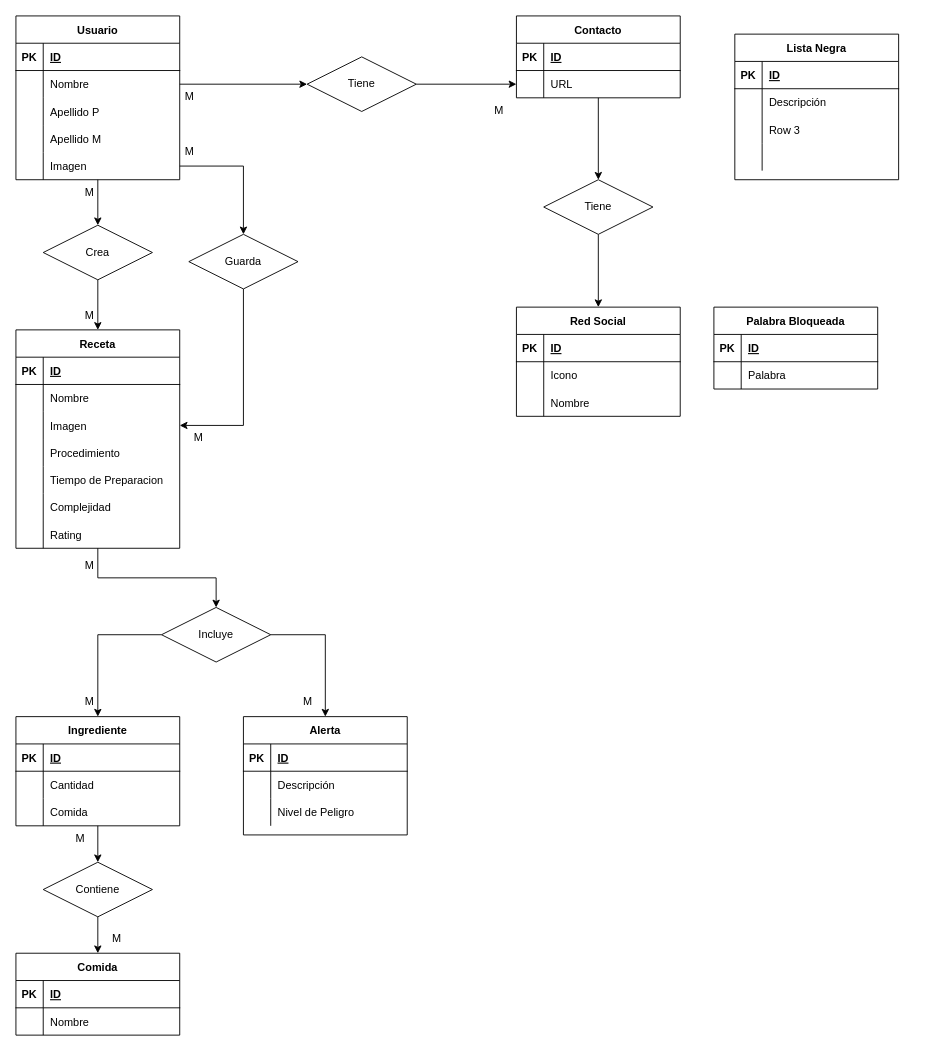
Before: SQL/DiagramaER.drawio in RafalaGarrafa/SAITO, a draw.io diagram. Source tidied: cells renumbered, new cells numbered last; positions are measured from the earlier drawing's top-left corner, leaving out a move shared by most shapes. Both pictures are drawn from the tidied source at 91%, with x=0, y=0 at pixel (15, 15).
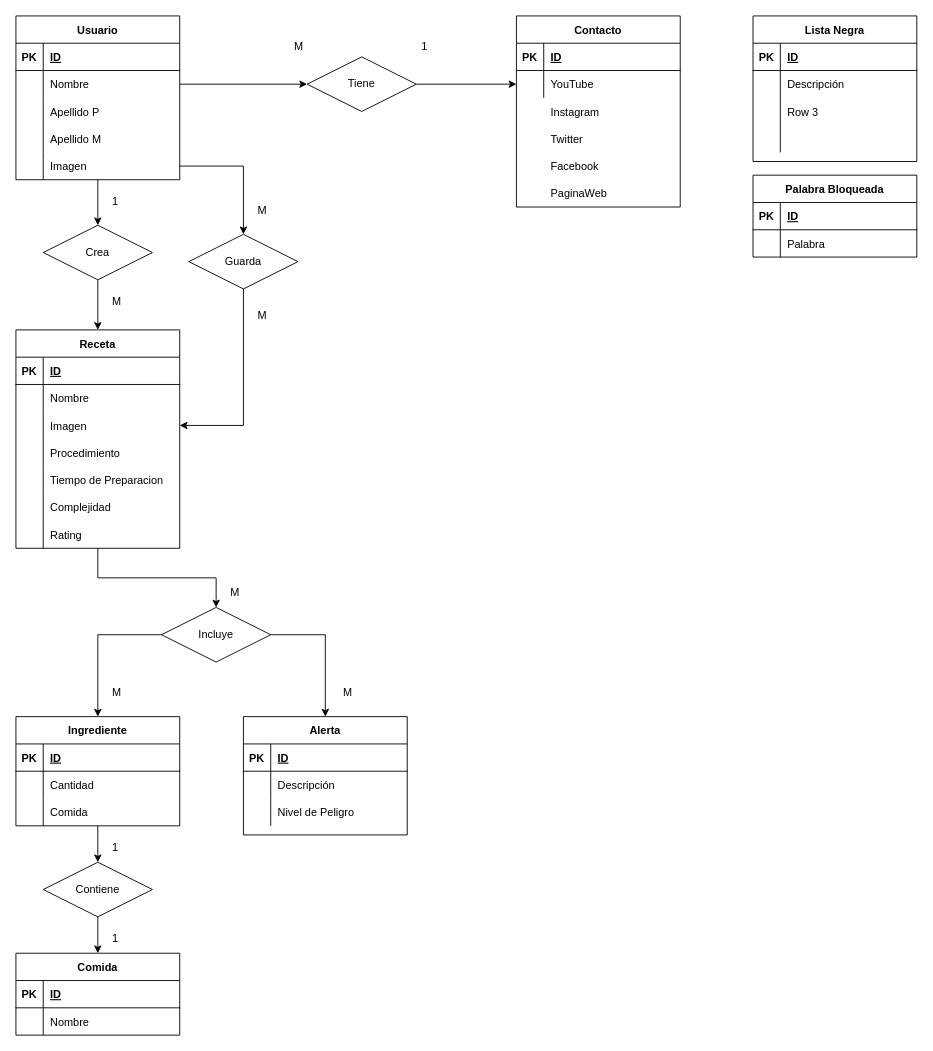
Above is the later version.

The change refers to these unchanged cells:
```xml
<mxCell id="129" style="shape=partialRectangle;fillColor=none;top=0;left=0;bottom=0;right=0;points=[[0,0.5],[1,0.5]];portConstraint=eastwest;" parent="125" vertex="1">
  <mxGeometry y="60" width="180" height="30" as="geometry" />
</mxCell>
```

The edit, as a diff of the source:
```diff
@@
     <mxCell id="53" value="Lista Negra" style="shape=table;startSize=30;childLayout=tableLayout;rowLines=0;fontStyle=1;align=center;" parent="1" vertex="1">
-      <mxGeometry x="790" y="20" width="180" height="160" as="geometry" />
+      <mxGeometry x="810" width="180" height="160" as="geometry" />
     </mxCell>
@@
-    <mxCell id="66" value="Red Social" style="shape=table;startSize=30;childLayout=tableLayout;rowLines=0;fontStyle=1;align=center;" parent="1" vertex="1">
-      <mxGeometry x="550" y="320" width="180" height="120" as="geometry" />
-    </mxCell>
-    <mxCell id="67" style="shape=partialRectangle;fillColor=none;top=0;left=0;bottom=1;right=0;" parent="66" vertex="1">
-      <mxGeometry y="30" width="180" height="30" as="geometry" />
-    </mxCell>
-    <mxCell id="68" value="PK" style="shape=partialRectangle;fillColor=none;top=0;left=0;bottom=0;right=0;fontStyle=1;overflow=hidden;" parent="67" vertex="1">
-      <mxGeometry width="30" height="30" as="geometry" />
-    </mxCell>
-    <mxCell id="69" value="ID" style="shape=partialRectangle;fillColor=none;top=0;left=0;bottom=0;right=0;align=left;spacingLeft=6;fontStyle=5;overflow=hidden;" parent="67" vertex="1">
-      <mxGeometry x="30" width="150" height="30" as="geometry" />
-    </mxCell>
-    <mxCell id="70" style="shape=partialRectangle;fillColor=none;top=0;left=0;bottom=0;right=0;" parent="66" vertex="1">
-      <mxGeometry y="60" width="180" height="30" as="geometry" />
-    </mxCell>
-    <mxCell id="71" style="shape=partialRectangle;fillColor=none;top=0;left=0;bottom=0;right=0;overflow=hidden;" parent="70" vertex="1">
-      <mxGeometry width="30" height="30" as="geometry" />
-    </mxCell>
-    <mxCell id="72" value="Icono" style="shape=partialRectangle;fillColor=none;top=0;left=0;bottom=0;right=0;align=left;spacingLeft=6;overflow=hidden;" parent="70" vertex="1">
-      <mxGeometry x="30" width="150" height="30" as="geometry" />
-    </mxCell>
-    <mxCell id="73" style="shape=partialRectangle;fillColor=none;top=0;left=0;bottom=0;right=0;" parent="66" vertex="1">
-      <mxGeometry y="90" width="180" height="30" as="geometry" />
-    </mxCell>
-    <mxCell id="74" style="shape=partialRectangle;fillColor=none;top=0;left=0;bottom=0;right=0;overflow=hidden;" parent="73" vertex="1">
-      <mxGeometry width="30" height="30" as="geometry" />
-    </mxCell>
-    <mxCell id="75" value="Nombre" style="shape=partialRectangle;fillColor=none;top=0;left=0;bottom=0;right=0;align=left;spacingLeft=6;overflow=hidden;" parent="73" vertex="1">
-      <mxGeometry x="30" width="150" height="30" as="geometry" />
-    </mxCell>
@@
     <mxCell id="93" value="Palabra Bloqueada" style="shape=table;startSize=30;childLayout=tableLayout;rowLines=0;fontStyle=1;align=center;" parent="1" vertex="1">
-      <mxGeometry x="767" y="320" width="180" height="90" as="geometry" />
+      <mxGeometry x="810" y="175" width="180" height="90" as="geometry" />
     </mxCell>
@@
     <mxCell id="113" value="M" style="text;strokeColor=none;fillColor=none;spacingLeft=4;spacingRight=4;overflow=hidden;fontSize=12;" parent="1" vertex="1">
-      <mxGeometry x="70" y="315" width="20" height="30" as="geometry" />
+      <mxGeometry x="100" y="300" width="20" height="30" as="geometry" />
     </mxCell>
-    <mxCell id="114" value="M" style="text;strokeColor=none;fillColor=none;spacingLeft=4;spacingRight=4;overflow=hidden;fontSize=12;" parent="1" vertex="1">
-      <mxGeometry x="70" y="180" width="20" height="30" as="geometry" />
+    <mxCell id="114" value="1" style="text;strokeColor=none;fillColor=none;spacingLeft=4;spacingRight=4;overflow=hidden;fontSize=12;" parent="1" vertex="1">
+      <mxGeometry x="100" y="190" width="20" height="30" as="geometry" />
     </mxCell>
     <mxCell id="115" value="M" style="text;strokeColor=none;fillColor=none;spacingLeft=4;spacingRight=4;overflow=hidden;fontSize=12;" parent="1" vertex="1">
-      <mxGeometry x="190" y="450" width="20" height="30" as="geometry" />
+      <mxGeometry x="260" y="315" width="20" height="30" as="geometry" />
     </mxCell>
     <mxCell id="116" value="M" style="text;strokeColor=none;fillColor=none;spacingLeft=4;spacingRight=4;overflow=hidden;fontSize=12;" parent="1" vertex="1">
-      <mxGeometry x="180" y="135" width="20" height="30" as="geometry" />
+      <mxGeometry x="260" y="200" width="20" height="30" as="geometry" />
     </mxCell>
     <mxCell id="117" value="M" style="text;strokeColor=none;fillColor=none;spacingLeft=4;spacingRight=4;overflow=hidden;fontSize=12;" parent="1" vertex="1">
-      <mxGeometry x="180" y="75" width="20" height="30" as="geometry" />
+      <mxGeometry x="300" y="20" width="20" height="30" as="geometry" />
     </mxCell>
-    <mxCell id="118" value="M" style="text;strokeColor=none;fillColor=none;spacingLeft=4;spacingRight=4;overflow=hidden;fontSize=12;" parent="1" vertex="1">
-      <mxGeometry x="520" y="90" width="20" height="30" as="geometry" />
+    <mxCell id="118" value="1" style="text;strokeColor=none;fillColor=none;spacingLeft=4;spacingRight=4;overflow=hidden;fontSize=12;" parent="1" vertex="1">
+      <mxGeometry x="440" y="20" width="20" height="30" as="geometry" />
     </mxCell>
     <mxCell id="119" value="M" style="text;strokeColor=none;fillColor=none;spacingLeft=4;spacingRight=4;overflow=hidden;fontSize=12;" parent="1" vertex="1">
-      <mxGeometry x="70" y="740" width="20" height="30" as="geometry" />
+      <mxGeometry x="100" y="730" width="20" height="30" as="geometry" />
     </mxCell>
     <mxCell id="120" value="M" style="text;strokeColor=none;fillColor=none;spacingLeft=4;spacingRight=4;overflow=hidden;fontSize=12;" parent="1" vertex="1">
-      <mxGeometry x="70" y="590" width="20" height="30" as="geometry" />
+      <mxGeometry x="230" y="620" width="20" height="30" as="geometry" />
     </mxCell>
     <mxCell id="121" value="M" style="text;strokeColor=none;fillColor=none;spacingLeft=4;spacingRight=4;overflow=hidden;fontSize=12;" parent="1" vertex="1">
-      <mxGeometry x="310" y="740" width="20" height="30" as="geometry" />
+      <mxGeometry x="354" y="730" width="20" height="30" as="geometry" />
     </mxCell>
-    <mxCell id="122" value="M" style="text;strokeColor=none;fillColor=none;spacingLeft=4;spacingRight=4;overflow=hidden;fontSize=12;" parent="1" vertex="1">
-      <mxGeometry x="60" y="890" width="20" height="30" as="geometry" />
+    <mxCell id="122" value="1" style="text;strokeColor=none;fillColor=none;spacingLeft=4;spacingRight=4;overflow=hidden;fontSize=12;" parent="1" vertex="1">
+      <mxGeometry x="100" y="900" width="20" height="30" as="geometry" />
     </mxCell>
-    <mxCell id="123" value="M" style="text;strokeColor=none;fillColor=none;spacingLeft=4;spacingRight=4;overflow=hidden;fontSize=12;" parent="1" vertex="1">
+    <mxCell id="123" value="1" style="text;strokeColor=none;fillColor=none;spacingLeft=4;spacingRight=4;overflow=hidden;fontSize=12;" parent="1" vertex="1">
       <mxGeometry x="100" y="1000" width="20" height="30" as="geometry" />
     </mxCell>
-    <mxCell id="124" style="edgeStyle=orthogonalEdgeStyle;rounded=0;jettySize=auto;html=1;entryX=0.5;entryY=0;entryDx=0;entryDy=0;" parent="1" edge="1" source="125" target="133">
-      <mxGeometry relative="1" as="geometry" />
-    </mxCell>
     <mxCell id="125" value="Contacto" style="shape=table;startSize=30;childLayout=tableLayout;rowLines=0;fontStyle=1;align=center;" parent="1" vertex="1">
-      <mxGeometry x="550" width="180" height="90" as="geometry" />
+      <mxGeometry x="550" width="180" height="210" as="geometry" />
     </mxCell>
@@
-    <mxCell id="131" value="URL" style="shape=partialRectangle;fillColor=none;top=0;left=0;bottom=0;right=0;align=left;spacingLeft=6;overflow=hidden;" parent="129" vertex="1">
+    <mxCell id="131" value="YouTube" style="shape=partialRectangle;fillColor=none;top=0;left=0;bottom=0;right=0;align=left;spacingLeft=6;overflow=hidden;" parent="129" vertex="1">
       <mxGeometry x="30" width="150" height="30" as="geometry" />
     </mxCell>
-    <mxCell id="132" style="edgeStyle=orthogonalEdgeStyle;rounded=0;jettySize=auto;html=1;entryX=0.5;entryY=0;entryDx=0;entryDy=0;" parent="1" edge="1" source="133" target="66">
-      <mxGeometry relative="1" as="geometry" />
-    </mxCell>
-    <mxCell id="133" value="Tiene" style="shape=rhombus;perimeter=rhombusPerimeter;whiteSpace=wrap;html=1;align=center;" parent="1" vertex="1">
-      <mxGeometry x="580" y="180" width="120" height="60" as="geometry" />
-    </mxCell>
+    <mxCell id="134" value="Instagram" style="shape=partialRectangle;fillColor=none;top=0;left=0;bottom=0;right=0;align=left;spacingLeft=6;overflow=hidden;" parent="1" vertex="1">
+      <mxGeometry x="580" y="90" width="150" height="30" as="geometry" />
+    </mxCell>
+    <mxCell id="135" value="Twitter" style="shape=partialRectangle;fillColor=none;top=0;left=0;bottom=0;right=0;align=left;spacingLeft=6;overflow=hidden;" parent="1" vertex="1">
+      <mxGeometry x="580" y="120" width="150" height="30" as="geometry" />
+    </mxCell>
+    <mxCell id="136" value="Facebook " style="shape=partialRectangle;fillColor=none;top=0;left=0;bottom=0;right=0;align=left;spacingLeft=6;overflow=hidden;" parent="1" vertex="1">
+      <mxGeometry x="580" y="150" width="150" height="30" as="geometry" />
+    </mxCell>
+    <mxCell id="137" value="PaginaWeb" style="shape=partialRectangle;fillColor=none;top=0;left=0;bottom=0;right=0;align=left;spacingLeft=6;overflow=hidden;" parent="1" vertex="1">
+      <mxGeometry x="580" y="180" width="150" height="30" as="geometry" />
+    </mxCell>
```
